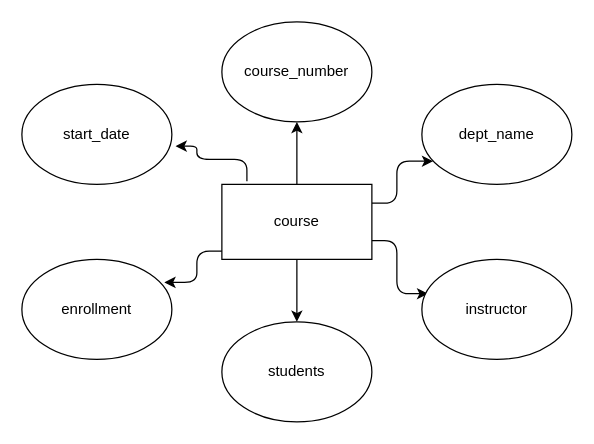
Above: 02_entities_relationships/02_02_er_diagram.drawio in thenickedwards/byte_of_py2_the_sql (draw.io), before the change. Source tidied: cells renumbered, new cells numbered last; positions are measured from the earlier drawing's top-left corner, leaving out a move shared by most shapes. Both pictures are drawn from the tidied source at 125%, with x=0, y=0 at pixel (21, 21).
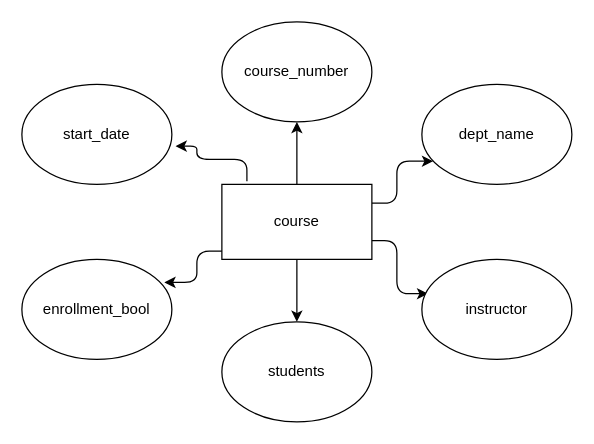
After the change.

Commit message (it also covers changes not shown here):
Docker, Postgres, PSQL setup

Change to the diagram source:
```diff
@@
 <mxGraphModel>
   <root>
     <mxCell id="0" />
     <mxCell id="1" parent="0" />
     <mxCell id="2" style="edgeStyle=orthogonalEdgeStyle;html=1;exitX=0.5;exitY=0;exitDx=0;exitDy=0;entryX=0.5;entryY=1;entryDx=0;entryDy=0;" parent="1" edge="1" source="8" target="10">
       <mxGeometry relative="1" as="geometry" />
     </mxCell>
     <mxCell id="3" style="edgeStyle=orthogonalEdgeStyle;html=1;exitX=1;exitY=0.25;exitDx=0;exitDy=0;entryX=0.075;entryY=0.768;entryDx=0;entryDy=0;entryPerimeter=0;" parent="1" edge="1" source="8" target="11">
       <mxGeometry relative="1" as="geometry" />
     </mxCell>
     <mxCell id="4" style="edgeStyle=orthogonalEdgeStyle;html=1;exitX=1;exitY=0.75;exitDx=0;exitDy=0;entryX=0.042;entryY=0.343;entryDx=0;entryDy=0;entryPerimeter=0;" parent="1" edge="1" source="8" target="12">
       <mxGeometry relative="1" as="geometry" />
     </mxCell>
     <mxCell id="5" style="edgeStyle=orthogonalEdgeStyle;html=1;exitX=0.5;exitY=1;exitDx=0;exitDy=0;entryX=0.5;entryY=0;entryDx=0;entryDy=0;" parent="1" edge="1" source="8" target="9">
       <mxGeometry relative="1" as="geometry" />
     </mxCell>
     <mxCell id="6" style="edgeStyle=orthogonalEdgeStyle;html=1;exitX=0.008;exitY=0.89;exitDx=0;exitDy=0;entryX=0.95;entryY=0.23;entryDx=0;entryDy=0;entryPerimeter=0;exitPerimeter=0;" parent="1" edge="1" source="8" target="14">
       <mxGeometry relative="1" as="geometry" />
     </mxCell>
     <mxCell id="7" style="edgeStyle=orthogonalEdgeStyle;html=1;entryX=1.025;entryY=0.618;entryDx=0;entryDy=0;entryPerimeter=0;exitX=0.167;exitY=-0.043;exitDx=0;exitDy=0;exitPerimeter=0;" parent="1" edge="1" source="8" target="13">
       <mxGeometry relative="1" as="geometry">
         <Array as="points">
           <mxPoint x="180" y="110" />
           <mxPoint x="140" y="110" />
           <mxPoint x="140" y="99" />
         </Array>
       </mxGeometry>
     </mxCell>
     <mxCell id="8" value="course" style="rounded=0;whiteSpace=wrap;html=1;" parent="1" vertex="1">
       <mxGeometry x="160" y="130" width="120" height="60" as="geometry" />
     </mxCell>
     <mxCell id="9" value="students" style="ellipse;whiteSpace=wrap;html=1;" parent="1" vertex="1">
       <mxGeometry x="160" y="240" width="120" height="80" as="geometry" />
     </mxCell>
     <mxCell id="10" value="course_number" style="ellipse;whiteSpace=wrap;html=1;" parent="1" vertex="1">
       <mxGeometry x="160" width="120" height="80" as="geometry" />
     </mxCell>
     <mxCell id="11" value="dept_name" style="ellipse;whiteSpace=wrap;html=1;" parent="1" vertex="1">
       <mxGeometry x="320" y="50" width="120" height="80" as="geometry" />
     </mxCell>
     <mxCell id="12" value="instructor" style="ellipse;whiteSpace=wrap;html=1;" parent="1" vertex="1">
       <mxGeometry x="320" y="190" width="120" height="80" as="geometry" />
     </mxCell>
     <mxCell id="13" value="start_date" style="ellipse;whiteSpace=wrap;html=1;" parent="1" vertex="1">
       <mxGeometry y="50" width="120" height="80" as="geometry" />
     </mxCell>
-    <mxCell id="14" value="enrollment" style="ellipse;whiteSpace=wrap;html=1;" parent="1" vertex="1">
+    <mxCell id="14" value="enrollment_bool" style="ellipse;whiteSpace=wrap;html=1;" parent="1" vertex="1">
       <mxGeometry y="190" width="120" height="80" as="geometry" />
     </mxCell>
   </root>
 </mxGraphModel>
```
